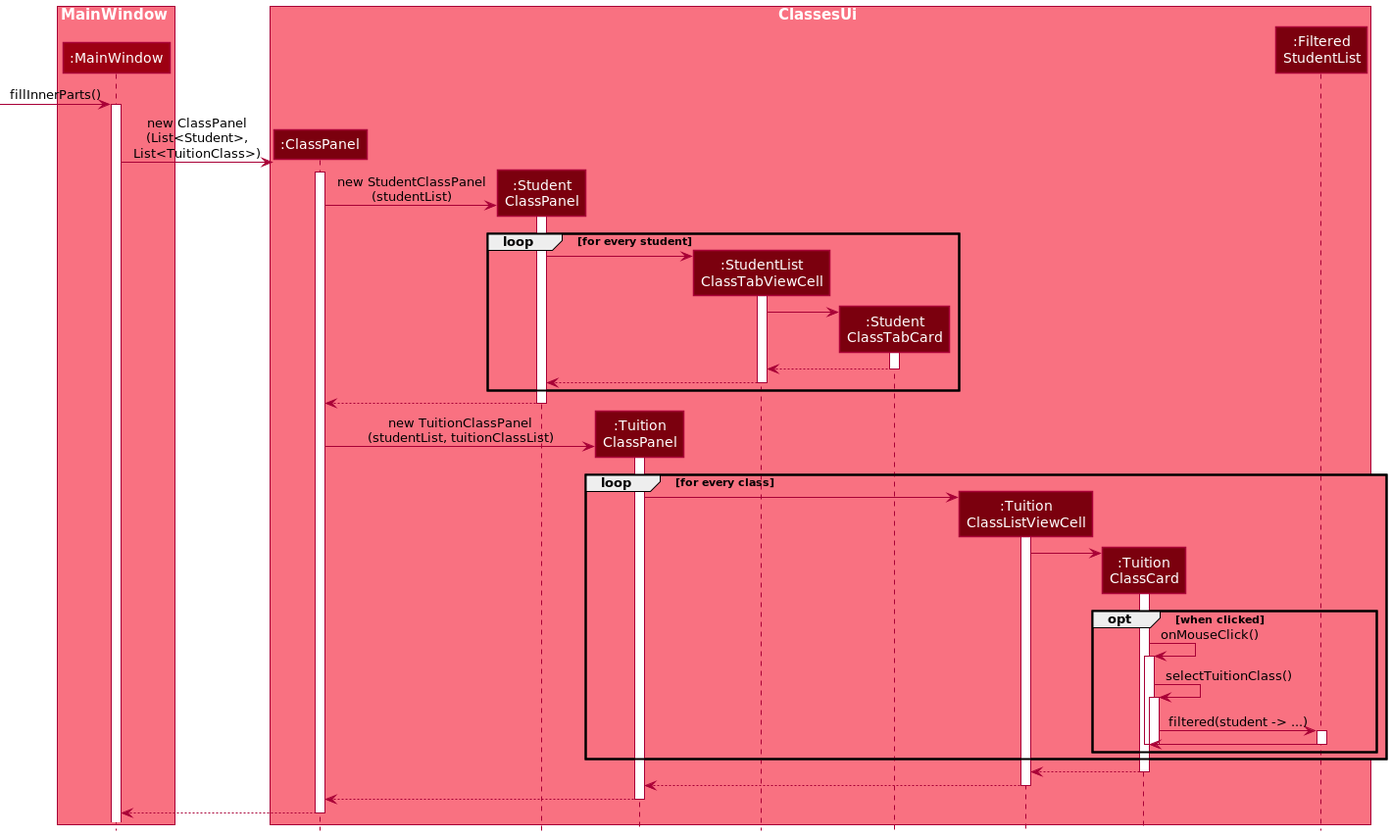
This is docs/images/ClassesUiSequenceDiagram.png from softmagnet/tp, a PlantUML export, as it was before one commit.
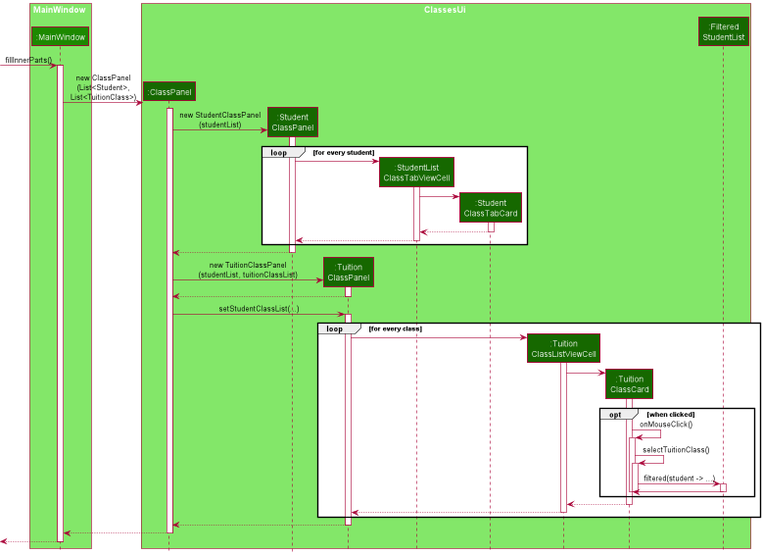
Later version of the same file.

The edit, as a diff of the source:
```diff
@@ -2,19 +2,19 @@
 !include style.puml
 
 skinparam ParticipantPadding -2
-box MainWindow MODEL_COLOR_T1
-participant ":MainWindow" as MainWindow MODEL_COLOR
+box MainWindow UI_COLOR_T1
+participant ":MainWindow" as MainWindow UI_COLOR
 end box
 
-box ClassesUi MODEL_COLOR_T1
-participant ":ClassPanel" as ClassPanel MODEL_COLOR_T3
-participant ":Student\nClassPanel" as StudentClassPanel MODEL_COLOR_T3
-participant ":Tuition\nClassPanel" as TuitionClassPanel MODEL_COLOR_T3
-participant ":StudentList\nClassTabViewCell" as StudentListClassTabViewCell MODEL_COLOR_T3
-participant ":Student\nClassTabCard" as StudentClassTabCard MODEL_COLOR_T3
-participant ":Tuition\nClassListViewCell" as TuitionClassListViewCell MODEL_COLOR_T3
-participant ":Tuition\nClassCard" as TuitionClassCard MODEL_COLOR_T3
-participant ":Filtered\nStudentList" as FilteredStudentList MODEL_COLOR_T3
+box ClassesUi UI_COLOR_T1
+participant ":ClassPanel" as ClassPanel UI_COLOR_T3
+participant ":Student\nClassPanel" as StudentClassPanel UI_COLOR_T3
+participant ":Tuition\nClassPanel" as TuitionClassPanel UI_COLOR_T3
+participant ":StudentList\nClassTabViewCell" as StudentListClassTabViewCell UI_COLOR_T3
+participant ":Student\nClassTabCard" as StudentClassTabCard UI_COLOR_T3
+participant ":Tuition\nClassListViewCell" as TuitionClassListViewCell UI_COLOR_T3
+participant ":Tuition\nClassCard" as TuitionClassCard UI_COLOR_T3
+participant ":Filtered\nStudentList" as FilteredStudentList UI_COLOR_T3
 end box
 
 [-> MainWindow : fillInnerParts()
@@ -30,7 +30,7 @@
 ClassPanel -> StudentClassPanel : new StudentClassPanel\n(studentList)
 activate StudentClassPanel
 
-loop MODEL_COLOR_T1 for every student
+loop for every student
 create StudentListClassTabViewCell
 StudentClassPanel -> StudentListClassTabViewCell
 activate StudentListClassTabViewCell
@@ -52,17 +52,28 @@
 create TuitionClassPanel
 ClassPanel -> TuitionClassPanel : new TuitionClassPanel\n(studentList, tuitionClassList)
 activate TuitionClassPanel
-loop MODEL_COLOR_T1 for every class
+
+TuitionClassPanel --> ClassPanel
+
+deactivate TuitionClassPanel
+
+
+ClassPanel -> TuitionClassPanel : setStudentClassList(...)
+activate TuitionClassPanel
+
+
+loop for every class
 
 create TuitionClassListViewCell
 TuitionClassPanel -> TuitionClassListViewCell
 activate TuitionClassListViewCell
 
+
 create TuitionClassCard
 TuitionClassListViewCell -> TuitionClassCard
 activate TuitionClassCard
 
-opt MODEL_COLOR_T1 when clicked
+opt when clicked
 TuitionClassCard -> TuitionClassCard : onMouseClick()
 activate TuitionClassCard
 TuitionClassCard -> TuitionClassCard : selectTuitionClass()
@@ -77,15 +88,18 @@
 deactivate TuitionClassCard
 end
 
-end
 
 TuitionClassCard --> TuitionClassListViewCell
 deactivate TuitionClassCard
 TuitionClassListViewCell --> TuitionClassPanel
 deactivate TuitionClassListViewCell
+end
 TuitionClassPanel --> ClassPanel
 deactivate TuitionClassPanel
 ClassPanel --> MainWindow
 deactivate ClassPanel
 
+[<--MainWindow
+deactivate MainWindow
+
 @enduml
```
